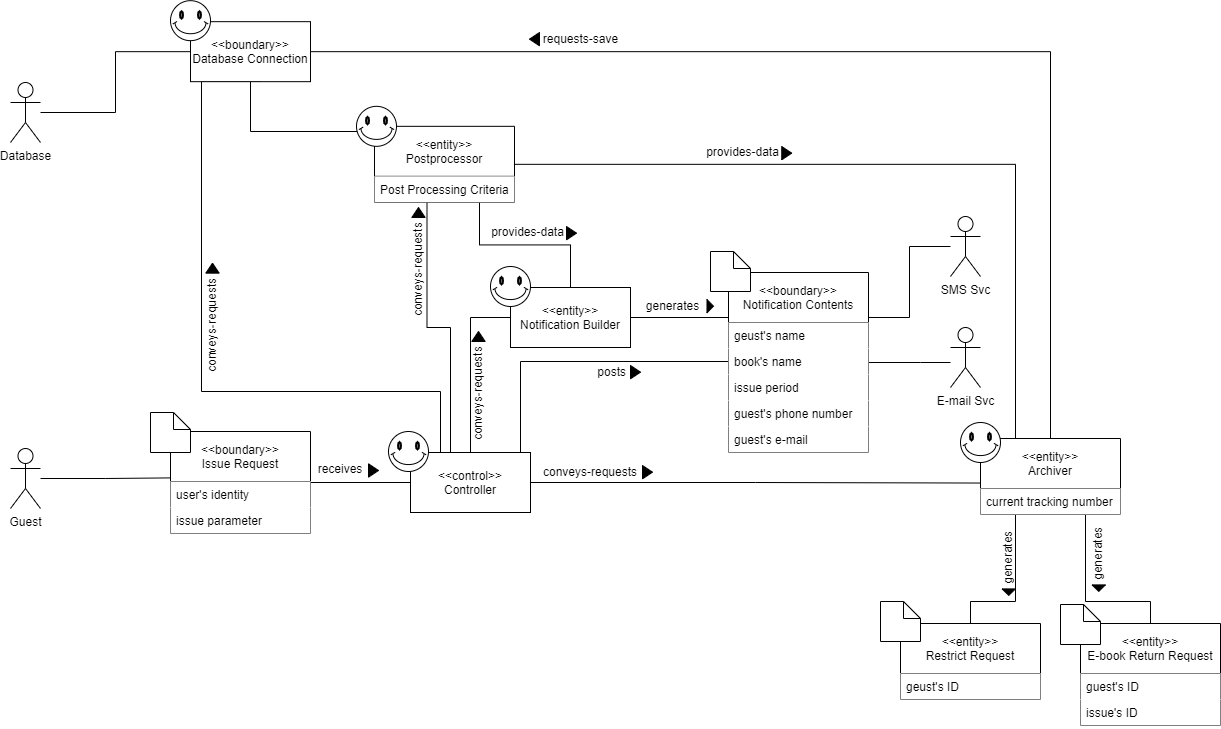
Before: docs/DomainModels/diagram_images/DM-UC-13.png, a diagram exported from draw.io (youngkwon02/Enhanced-library-management). Source tidied: cells renumbered, new cells last; positions are measured from the earlier drawing's top-left corner, leaving out a move shared by most shapes.
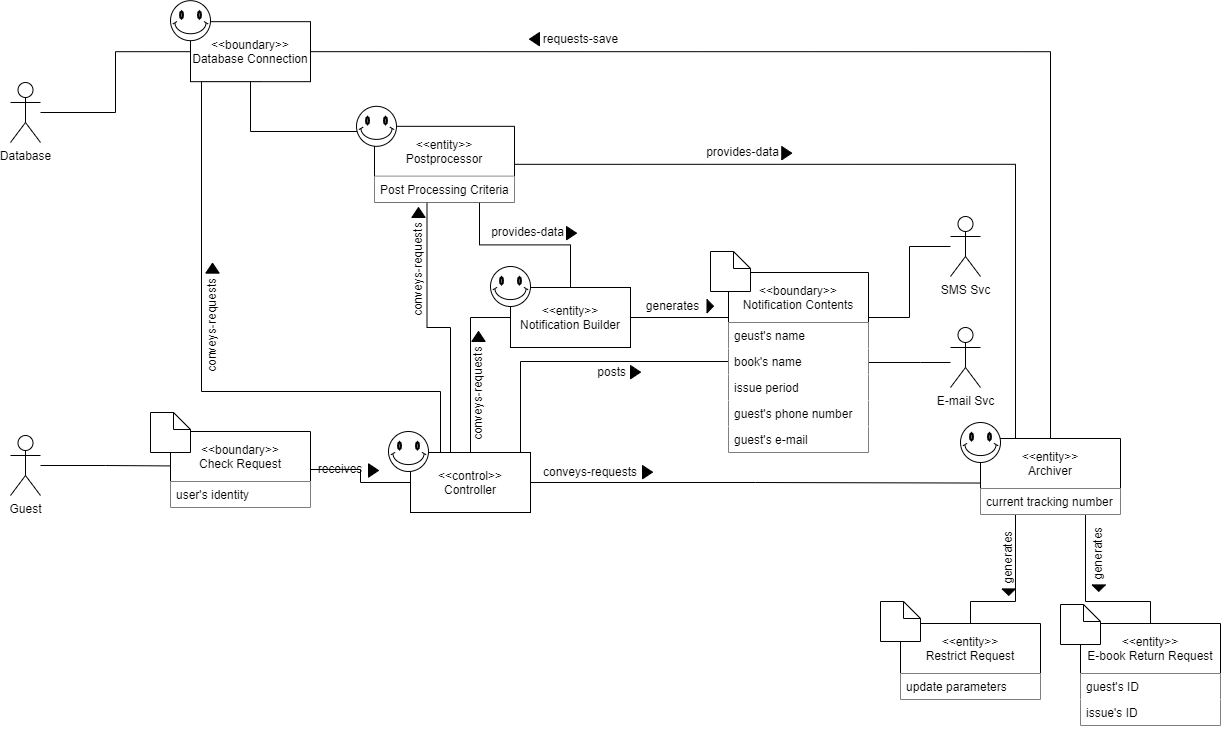
Later version of the same file.

What changed in the source:
```diff
@@ -64,20 +64,17 @@
       <mxGeometry relative="1" as="geometry" />
     </mxCell>
     <mxCell id="14" value="Guest" style="shape=umlActor;verticalLabelPosition=bottom;verticalAlign=top;html=1;outlineConnect=0;" parent="1" vertex="1">
-      <mxGeometry y="448" width="30" height="60" as="geometry" />
+      <mxGeometry y="435" width="30" height="60" as="geometry" />
     </mxCell>
     <mxCell id="15" style="edgeStyle=orthogonalEdgeStyle;rounded=0;jettySize=auto;html=1;exitX=1;exitY=0.5;exitDx=0;exitDy=0;entryX=0;entryY=0.5;entryDx=0;entryDy=0;endArrow=none;endFill=0;" parent="1" edge="1" source="16" target="7">
       <mxGeometry relative="1" as="geometry" />
     </mxCell>
-    <mxCell id="16" value="&lt;&lt;boundary&gt;&gt;&#10;Issue Request" style="swimlane;fontStyle=0;horizontal=1;startSize=50;" parent="1" vertex="1">
-      <mxGeometry x="160" y="431" width="140" height="102" as="geometry" />
+    <mxCell id="16" value="&lt;&lt;boundary&gt;&gt;&#10;Check Request" style="swimlane;fontStyle=0;horizontal=1;startSize=50;" parent="1" vertex="1">
+      <mxGeometry x="160" y="431" width="140" height="76" as="geometry" />
     </mxCell>
     <mxCell id="17" value="user's identity" style="text;align=left;verticalAlign=top;spacingLeft=4;spacingRight=4;overflow=hidden;fillColor=#ffffff;" parent="16" vertex="1">
       <mxGeometry y="50" width="140" height="26" as="geometry" />
     </mxCell>
-    <mxCell id="18" value="issue parameter" style="text;align=left;verticalAlign=top;spacingLeft=4;spacingRight=4;overflow=hidden;fillColor=#ffffff;" parent="16" vertex="1">
-      <mxGeometry y="76" width="140" height="26" as="geometry" />
-    </mxCell>
     <mxCell id="19" style="verticalLabelPosition=bottom;verticalAlign=top;html=1;shape=mxgraph.basic.smiley;" parent="1" vertex="1">
       <mxGeometry x="378" y="431" width="40" height="40" as="geometry" />
     </mxCell>
@@ -154,7 +151,7 @@
     <mxCell id="40" value="&lt;&lt;entity&gt;&gt;&#10;Restrict Request" style="swimlane;fontStyle=0;horizontal=1;startSize=50;" parent="1" vertex="1">
       <mxGeometry x="890" y="623" width="140" height="76" as="geometry" />
     </mxCell>
-    <mxCell id="41" value="geust's ID" style="text;align=left;verticalAlign=top;spacingLeft=4;spacingRight=4;overflow=hidden;fillColor=#ffffff;" parent="40" vertex="1">
+    <mxCell id="41" value="update parameters" style="text;align=left;verticalAlign=top;spacingLeft=4;spacingRight=4;overflow=hidden;fillColor=#ffffff;" parent="40" vertex="1">
       <mxGeometry y="50" width="140" height="26" as="geometry" />
     </mxCell>
     <mxCell id="42" style="shape=note2;boundedLbl=1;whiteSpace=wrap;html=1;size=17;verticalAlign=top;align=center;fillColor=#ffffff;" parent="1" vertex="1">
```
